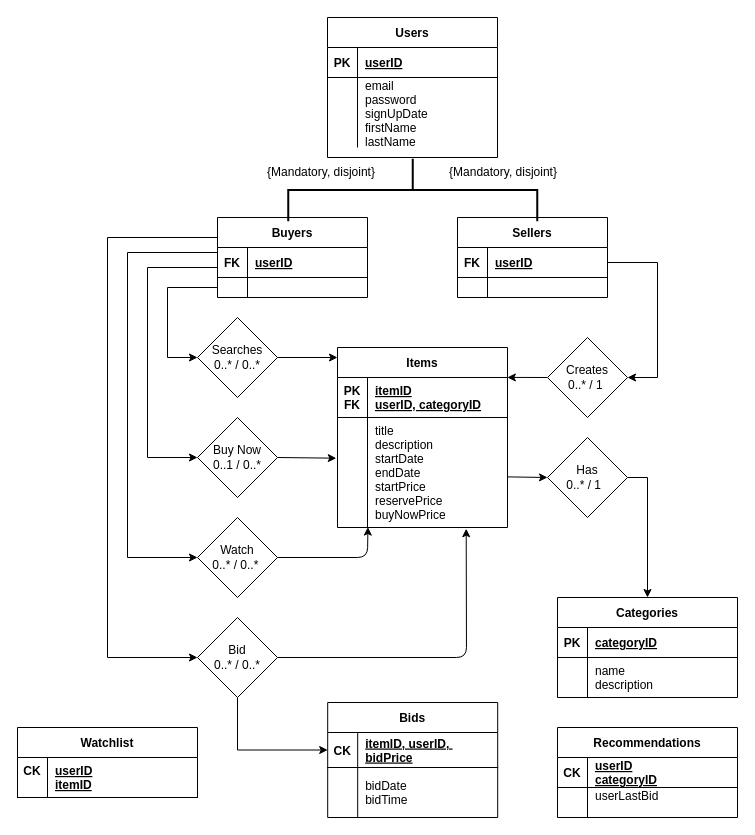
The draw.io diagram ER_diagram.drawio in shaundbs/databases-coursework, before the edit. Source tidied: cells renumbered, new cells numbered last; positions are measured from the earlier drawing's top-left corner, leaving out a move shared by most shapes. Both pictures are drawn from the tidied source at 100%, with x=0, y=0 at pixel (17, 17).
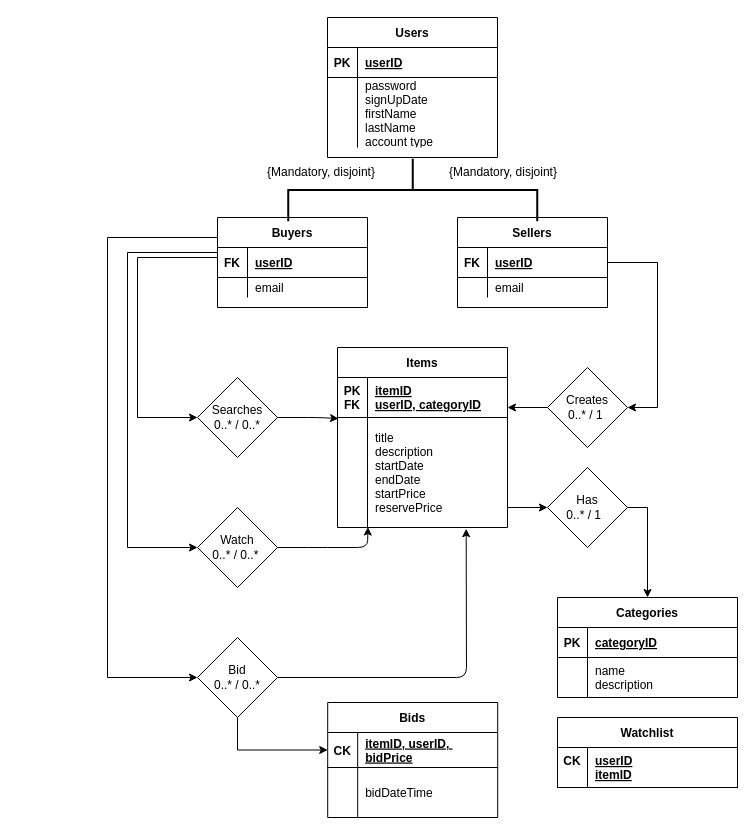
The same diagram, later.

Unchanged cells that the change refers to:
```xml
<mxCell id="4" style="shape=partialRectangle;fillColor=none;points=[[0,0.5],[1,0.5]];portConstraint=eastwest;top=0;left=0;right=0;bottom=1;" parent="3" vertex="1">
  <mxGeometry y="30" width="150" height="30" as="geometry" />
</mxCell>
<mxCell id="7" style="shape=partialRectangle;fillColor=none;points=[[0,0.5],[1,0.5]];portConstraint=eastwest;top=0;left=0;right=0;bottom=0;" parent="3" vertex="1">
  <mxGeometry y="60" width="150" height="20" as="geometry" />
</mxCell>
<mxCell id="11" style="shape=partialRectangle;fillColor=none;points=[[0,0.5],[1,0.5]];portConstraint=eastwest;top=0;left=0;right=0;bottom=1;" parent="10" vertex="1">
  <mxGeometry y="30" width="150" height="30" as="geometry" />
</mxCell>
<mxCell id="14" style="shape=partialRectangle;fillColor=none;top=0;left=0;right=0;bottom=0;" parent="10" vertex="1">
  <mxGeometry y="60" width="150" height="20" as="geometry" />
</mxCell>
<mxCell id="22" style="shape=partialRectangle;fillColor=none;top=0;left=0;right=0;bottom=0;" parent="18" vertex="1">
  <mxGeometry y="60" width="170" height="70" as="geometry" />
</mxCell>
<mxCell id="35" style="shape=partialRectangle;fillColor=none;points=[[0,0.5],[1,0.5]];portConstraint=eastwest;top=0;left=0;right=0;bottom=1;" parent="34" vertex="1">
  <mxGeometry y="30" width="170" height="40" as="geometry" />
</mxCell>
<mxCell id="38" style="shape=partialRectangle;fillColor=none;points=[[0,0.5],[1,0.5]];portConstraint=eastwest;top=0;left=0;right=0;bottom=0;" parent="34" vertex="1">
  <mxGeometry y="70" width="170" height="110" as="geometry" />
</mxCell>
<mxCell id="55" style="shape=partialRectangle;fillColor=none;top=0;left=0;right=0;bottom=0;" parent="51" vertex="1">
  <mxGeometry y="65" width="170" height="50" as="geometry" />
</mxCell>
```

Change to the diagram source:
```diff
@@
     <mxCell id="2" style="edgeStyle=orthogonalEdgeStyle;rounded=0;jettySize=auto;html=1;exitX=0;exitY=0.25;exitDx=0;exitDy=0;entryX=0;entryY=0.5;entryDx=0;entryDy=0;" parent="1" edge="1" source="3" target="41">
       <mxGeometry relative="1" as="geometry">
         <Array as="points">
           <mxPoint x="90" y="220" />
-          <mxPoint x="90" y="640" />
+          <mxPoint x="90" y="660" />
         </Array>
       </mxGeometry>
     </mxCell>
     <mxCell id="3" value="Buyers" style="shape=table;startSize=30;childLayout=tableLayout;rowLines=0;fontStyle=1;align=center;" parent="1" vertex="1">
-      <mxGeometry x="200" y="200" width="150" height="80" as="geometry" />
+      <mxGeometry x="200" y="200" width="150" height="90" as="geometry" />
     </mxCell>
@@
-    <mxCell id="9" style="shape=partialRectangle;overflow=hidden;fillColor=none;top=0;left=0;bottom=0;right=0;align=left;spacingLeft=6;" parent="7" vertex="1">
+    <mxCell id="9" value="email" style="shape=partialRectangle;overflow=hidden;fillColor=none;top=0;left=0;bottom=0;right=0;align=left;spacingLeft=6;" parent="7" vertex="1">
       <mxGeometry x="30" width="120" height="20" as="geometry" />
     </mxCell>
     <mxCell id="10" value="Sellers" style="shape=table;startSize=30;childLayout=tableLayout;rowLines=0;fontStyle=1;align=center;" parent="1" vertex="1">
-      <mxGeometry x="440" y="200" width="150" height="80" as="geometry" />
+      <mxGeometry x="440" y="200" width="150" height="90" as="geometry" />
     </mxCell>
@@
-    <mxCell id="16" style="shape=partialRectangle;overflow=hidden;fillColor=none;top=0;left=0;bottom=0;right=0;align=left;spacingLeft=6;" parent="14" vertex="1">
+    <mxCell id="16" value="email" style="shape=partialRectangle;overflow=hidden;fillColor=none;top=0;left=0;bottom=0;right=0;align=left;spacingLeft=6;" parent="14" vertex="1">
       <mxGeometry x="30" width="120" height="20" as="geometry" />
     </mxCell>
@@
-    <mxCell id="24" value="email&#10;password&#10;signUpDate&#10;firstName&#10;lastName" style="shape=partialRectangle;overflow=hidden;fillColor=none;top=0;left=0;bottom=0;right=0;align=left;spacingLeft=6;" parent="22" vertex="1">
+    <mxCell id="24" value="password&#10;signUpDate&#10;firstName&#10;lastName&#10;account type" style="shape=partialRectangle;overflow=hidden;fillColor=none;top=0;left=0;bottom=0;right=0;align=left;spacingLeft=6;" parent="22" vertex="1">
       <mxGeometry x="30" width="140" height="70" as="geometry" />
     </mxCell>
     <mxCell id="25" value="Creates&lt;br&gt;0..* / 1&amp;nbsp;" style="rhombus;whiteSpace=wrap;html=1;" parent="1" vertex="1">
-      <mxGeometry x="530" y="320" width="80" height="80" as="geometry" />
+      <mxGeometry x="530" y="350" width="80" height="80" as="geometry" />
     </mxCell>
     <mxCell id="26" style="edgeStyle=orthogonalEdgeStyle;rounded=0;jettySize=auto;html=1;exitX=1;exitY=0.5;exitDx=0;exitDy=0;entryX=1;entryY=0.5;entryDx=0;entryDy=0;" parent="1" edge="1" source="11" target="25">
       <mxGeometry relative="1" as="geometry">
         <Array as="points">
           <mxPoint x="640" y="245" />
-          <mxPoint x="640" y="360" />
+          <mxPoint x="640" y="390" />
         </Array>
       </mxGeometry>
     </mxCell>
     <mxCell id="27" value="Searches&lt;br&gt;0..* / 0..*" style="rhombus;whiteSpace=wrap;html=1;" parent="1" vertex="1">
-      <mxGeometry x="180" y="300" width="80" height="80" as="geometry" />
+      <mxGeometry x="180" y="360" width="80" height="80" as="geometry" />
     </mxCell>
     <mxCell id="28" style="edgeStyle=orthogonalEdgeStyle;rounded=0;jettySize=auto;html=1;entryX=0;entryY=0.5;entryDx=0;entryDy=0;exitX=0;exitY=0.5;exitDx=0;exitDy=0;" parent="1" edge="1" source="7" target="27">
       <mxGeometry relative="1" as="geometry">
         <Array as="points">
-          <mxPoint x="150" y="270" />
-          <mxPoint x="150" y="340" />
+          <mxPoint x="200" y="240" />
+          <mxPoint x="120" y="240" />
+          <mxPoint x="120" y="400" />
         </Array>
       </mxGeometry>
     </mxCell>
@@
     <mxCell id="30" value="Watch&lt;br&gt;0..* / 0..*&amp;nbsp;" style="rhombus;whiteSpace=wrap;html=1;" parent="1" vertex="1">
-      <mxGeometry x="180" y="500" width="80" height="80" as="geometry" />
+      <mxGeometry x="180" y="490" width="80" height="80" as="geometry" />
     </mxCell>
     <mxCell id="31" style="edgeStyle=orthogonalEdgeStyle;rounded=0;jettySize=auto;html=1;exitX=0;exitY=0.5;exitDx=0;exitDy=0;entryX=0;entryY=0.5;entryDx=0;entryDy=0;" parent="1" edge="1" source="4" target="30">
       <mxGeometry relative="1" as="geometry">
         <Array as="points">
           <mxPoint x="200" y="235" />
           <mxPoint x="110" y="235" />
-          <mxPoint x="110" y="540" />
+          <mxPoint x="110" y="530" />
         </Array>
       </mxGeometry>
     </mxCell>
@@
     <mxCell id="33" value="Has&lt;br&gt;0..* / 1 &amp;nbsp;" style="rhombus;whiteSpace=wrap;html=1;" parent="1" vertex="1">
-      <mxGeometry x="530" y="420" width="80" height="80" as="geometry" />
+      <mxGeometry x="530" y="450" width="80" height="80" as="geometry" />
     </mxCell>
@@
-    <mxCell id="40" value="title&#10;description&#10;startDate&#10;endDate&#10;startPrice&#10;reservePrice&#10;buyNowPrice" style="shape=partialRectangle;overflow=hidden;fillColor=none;top=0;left=0;bottom=0;right=0;align=left;spacingLeft=6;" parent="38" vertex="1">
+    <mxCell id="40" value="title&#10;description&#10;startDate&#10;endDate&#10;startPrice&#10;reservePrice" style="shape=partialRectangle;overflow=hidden;fillColor=none;top=0;left=0;bottom=0;right=0;align=left;spacingLeft=6;" parent="38" vertex="1">
       <mxGeometry x="30" width="140" height="110" as="geometry" />
     </mxCell>
     <mxCell id="41" value="Bid&lt;br&gt;0..* / 0..*" style="rhombus;whiteSpace=wrap;html=1;" parent="1" vertex="1">
-      <mxGeometry x="180" y="600" width="80" height="80" as="geometry" />
+      <mxGeometry x="180" y="620" width="80" height="80" as="geometry" />
     </mxCell>
-    <mxCell id="42" value="Buy Now&lt;br&gt;0..1 / 0..*" style="rhombus;whiteSpace=wrap;html=1;" parent="1" vertex="1">
-      <mxGeometry x="180" y="400" width="80" height="80" as="geometry" />
-    </mxCell>
-    <mxCell id="43" style="edgeStyle=orthogonalEdgeStyle;rounded=0;jettySize=auto;html=1;entryX=0;entryY=0.5;entryDx=0;entryDy=0;" parent="1" edge="1" target="42">
-      <mxGeometry relative="1" as="geometry">
-        <mxPoint x="200" y="250" as="sourcePoint" />
-        <Array as="points">
-          <mxPoint x="130" y="250" />
-          <mxPoint x="130" y="440" />
-        </Array>
-      </mxGeometry>
-    </mxCell>
-    <mxCell id="44" value="Recommendations" style="shape=table;startSize=30;childLayout=tableLayout;rowLines=0;fontStyle=1;align=center;" parent="1" vertex="1">
-      <mxGeometry x="540" y="710" width="180" height="90" as="geometry" />
-    </mxCell>
-    <mxCell id="45" style="shape=partialRectangle;fillColor=none;top=0;left=0;bottom=1;right=0;" parent="44" vertex="1">
-      <mxGeometry y="30" width="180" height="30" as="geometry" />
-    </mxCell>
-    <mxCell id="46" value="CK" style="shape=partialRectangle;fillColor=none;top=0;left=0;bottom=0;right=0;fontStyle=1;overflow=hidden;" parent="45" vertex="1">
-      <mxGeometry width="30" height="30" as="geometry" />
-    </mxCell>
-    <mxCell id="47" value="userID&#10;categoryID" style="shape=partialRectangle;fillColor=none;top=0;left=0;bottom=0;right=0;align=left;spacingLeft=6;fontStyle=5;overflow=hidden;" parent="45" vertex="1">
-      <mxGeometry x="30" width="150" height="30" as="geometry" />
-    </mxCell>
-    <mxCell id="48" style="shape=partialRectangle;fillColor=none;top=0;left=0;bottom=0;right=0;" parent="44" vertex="1">
-      <mxGeometry y="60" width="180" height="30" as="geometry" />
-    </mxCell>
-    <mxCell id="49" style="shape=partialRectangle;fillColor=none;top=0;left=0;bottom=0;right=0;overflow=hidden;" parent="48" vertex="1">
-      <mxGeometry width="30" height="30" as="geometry" />
-    </mxCell>
-    <mxCell id="50" value="userLastBid&#10;" style="shape=partialRectangle;fillColor=none;top=0;left=0;bottom=0;right=0;align=left;spacingLeft=6;overflow=hidden;" parent="48" vertex="1">
-      <mxGeometry x="30" width="150" height="30" as="geometry" />
-    </mxCell>
@@
-    <mxCell id="57" value="bidDate&#10;bidTime" style="shape=partialRectangle;overflow=hidden;fillColor=none;top=0;left=0;bottom=0;right=0;align=left;spacingLeft=6;" parent="55" vertex="1">
+    <mxCell id="57" value="bidDateTime" style="shape=partialRectangle;overflow=hidden;fillColor=none;top=0;left=0;bottom=0;right=0;align=left;spacingLeft=6;" parent="55" vertex="1">
       <mxGeometry x="30" width="140" height="50" as="geometry" />
     </mxCell>
@@
-    <mxCell id="67" style="endArrow=classic;html=1;exitX=1;exitY=0.5;exitDx=0;exitDy=0;" parent="1" edge="1" source="27">
-      <mxGeometry relative="1" as="geometry">
-        <mxPoint x="320" y="340" as="targetPoint" />
-      </mxGeometry>
-    </mxCell>
-    <mxCell id="68" style="endArrow=classic;html=1;exitX=1;exitY=0.5;exitDx=0;exitDy=0;entryX=-0.007;entryY=0.37;entryDx=0;entryDy=0;entryPerimeter=0;" parent="1" edge="1" source="42" target="38">
-      <mxGeometry relative="1" as="geometry" />
-    </mxCell>
     <mxCell id="69" style="endArrow=classic;html=1;entryX=0.179;entryY=0.996;entryDx=0;entryDy=0;entryPerimeter=0;exitX=1;exitY=0.5;exitDx=0;exitDy=0;" parent="1" edge="1" source="30" target="38">
       <mxGeometry relative="1" as="geometry">
         <Array as="points">
-          <mxPoint x="350" y="540" />
+          <mxPoint x="300" y="530" />
+          <mxPoint x="350" y="530" />
         </Array>
       </mxGeometry>
     </mxCell>
-    <mxCell id="70" style="endArrow=classic;html=1;exitX=0;exitY=0.5;exitDx=0;exitDy=0;entryX=0.999;entryY=-0.002;entryDx=0;entryDy=0;entryPerimeter=0;" parent="1" edge="1" source="25" target="35">
+    <mxCell id="70" style="endArrow=classic;html=1;exitX=0;exitY=0.5;exitDx=0;exitDy=0;entryX=1;entryY=0.75;entryDx=0;entryDy=0;entryPerimeter=0;" parent="1" edge="1" source="25" target="35">
       <mxGeometry relative="1" as="geometry" />
     </mxCell>
     <mxCell id="71" style="endArrow=classic;html=1;exitX=1;exitY=0.5;exitDx=0;exitDy=0;entryX=0.757;entryY=1.011;entryDx=0;entryDy=0;entryPerimeter=0;" parent="1" edge="1" source="41" target="38">
       <mxGeometry relative="1" as="geometry">
         <Array as="points">
-          <mxPoint x="449" y="640" />
+          <mxPoint x="449" y="660" />
         </Array>
       </mxGeometry>
     </mxCell>
-    <mxCell id="72" style="endArrow=classic;html=1;entryX=0;entryY=0.5;entryDx=0;entryDy=0;exitX=1.003;exitY=0.54;exitDx=0;exitDy=0;exitPerimeter=0;" parent="1" edge="1" source="38" target="33">
+    <mxCell id="72" style="endArrow=classic;html=1;entryX=0;entryY=0.5;entryDx=0;entryDy=0;exitX=1;exitY=0.818;exitDx=0;exitDy=0;exitPerimeter=0;" parent="1" edge="1" source="38" target="33">
       <mxGeometry relative="1" as="geometry" />
     </mxCell>
     <mxCell id="73" value="Watchlist" style="shape=table;startSize=30;childLayout=tableLayout;rowLines=0;fontStyle=1;align=center;" parent="1" vertex="1">
-      <mxGeometry y="710" width="180" height="70" as="geometry" />
+      <mxGeometry x="540" y="700" width="180" height="70" as="geometry" />
     </mxCell>
@@
+    <mxCell id="77" style="endArrow=classic;html=1;exitX=1;exitY=0.5;exitDx=0;exitDy=0;entryX=0.006;entryY=0.009;entryDx=0;entryDy=0;entryPerimeter=0;" parent="1" edge="1" source="27" target="38">
+      <mxGeometry relative="1" as="geometry">
+        <Array as="points">
+          <mxPoint x="300" y="400" />
+        </Array>
+      </mxGeometry>
+    </mxCell>
```
